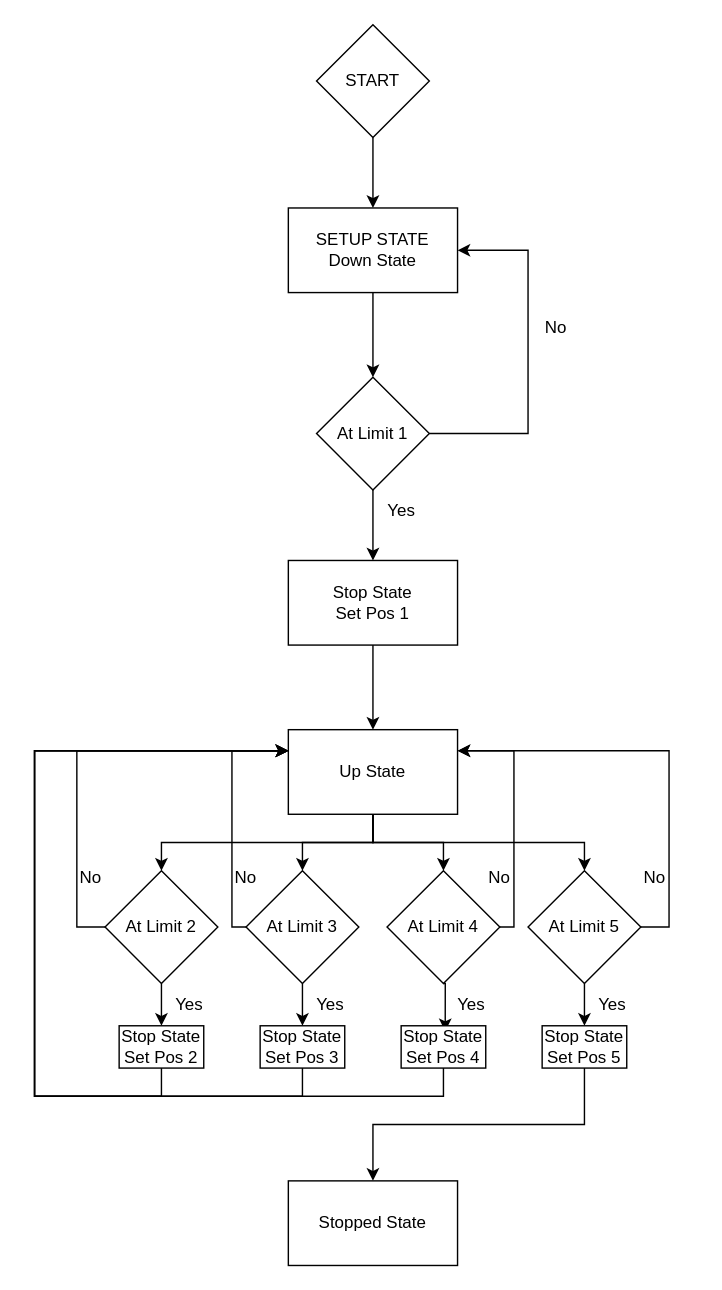
This is Setup State.drawio from lkw56/Elevator, a draw.io file, before an edit. Source tidied: cells renumbered, new cells numbered last; positions are measured from the earlier drawing's top-left corner, leaving out a move shared by most shapes. Both pictures are drawn from the tidied source at 141%, with x=0, y=0 at pixel (34, 24).
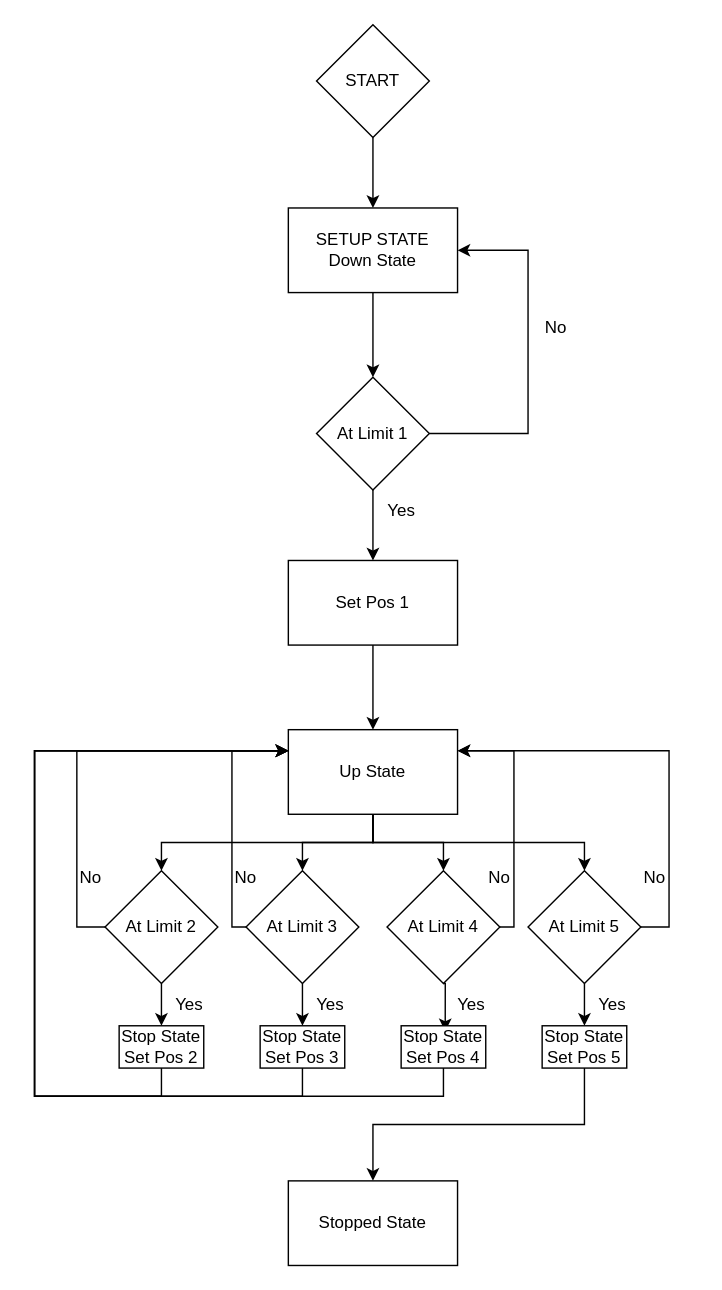
The same diagram, later.

Diff of the diagram source:
```diff
@@
-    <mxCell id="47" value="&lt;div&gt;Stop State&lt;/div&gt;&lt;div&gt;Set Pos 1&lt;br&gt;&lt;/div&gt;" style="rounded=0;whiteSpace=wrap;html=1;" parent="1" vertex="1">
+    <mxCell id="47" value="&lt;div&gt;Set Pos 1&lt;br&gt;&lt;/div&gt;" style="rounded=0;whiteSpace=wrap;html=1;" parent="1" vertex="1">
       <mxGeometry x="180" y="380" width="120" height="60" as="geometry" />
     </mxCell>
```
